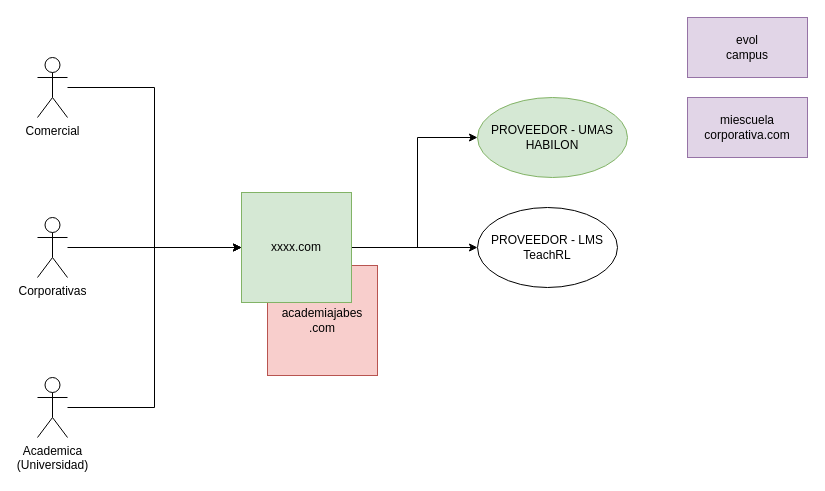
Before: page "TOBE" (2 of 2) of JABES.drawio in samuel363/drawio, a draw.io diagram. Source tidied: cells renumbered, new cells numbered last; positions are measured from the earlier drawing's top-left corner, leaving out a move shared by most shapes. Both pictures are drawn from the tidied source at 100%, with x=0, y=0 at pixel (37, 17).
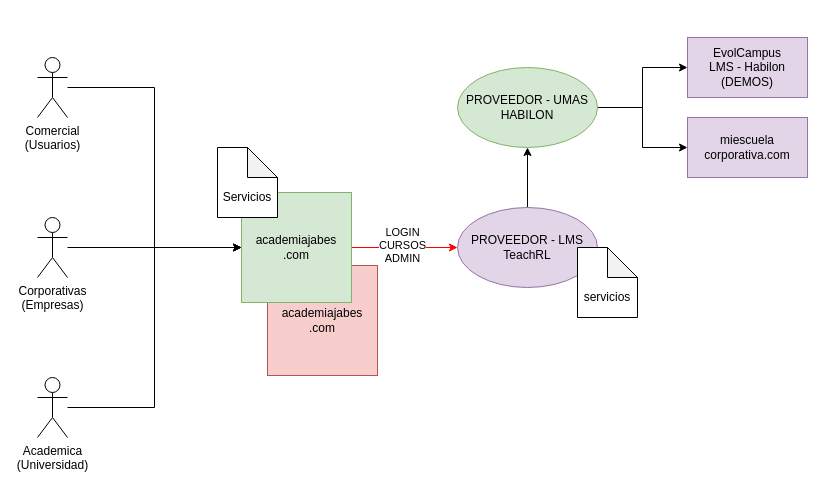
The same diagram, later.

The edit, as a diff of the source:
```diff
@@
-    <mxCell id="3" value="Comercial" style="shape=umlActor;verticalLabelPosition=bottom;verticalAlign=top;html=1;outlineConnect=0;" parent="1" vertex="1">
+    <mxCell id="3" value="Comercial&lt;br&gt;(Usuarios)" style="shape=umlActor;verticalLabelPosition=bottom;verticalAlign=top;html=1;outlineConnect=0;" parent="1" vertex="1">
       <mxGeometry y="40" width="30" height="60" as="geometry" />
     </mxCell>
@@
-    <mxCell id="5" value="Corporativas" style="shape=umlActor;verticalLabelPosition=bottom;verticalAlign=top;html=1;outlineConnect=0;" parent="1" vertex="1">
+    <mxCell id="5" value="Corporativas&lt;br&gt;(Empresas)" style="shape=umlActor;verticalLabelPosition=bottom;verticalAlign=top;html=1;outlineConnect=0;" parent="1" vertex="1">
       <mxGeometry y="200" width="30" height="60" as="geometry" />
     </mxCell>
@@
-    <mxCell id="8" style="edgeStyle=orthogonalEdgeStyle;rounded=0;jettySize=auto;html=1;" parent="1" edge="1" source="13" target="10">
+    <mxCell id="8" style="edgeStyle=orthogonalEdgeStyle;rounded=0;jettySize=auto;html=1;strokeColor=#FF0000;fillColor=#e1d5e7;" parent="1" edge="1" source="13" target="10">
       <mxGeometry relative="1" as="geometry" />
     </mxCell>
-    <mxCell id="9" style="edgeStyle=orthogonalEdgeStyle;rounded=0;jettySize=auto;html=1;" parent="1" edge="1" source="13" target="11">
-      <mxGeometry relative="1" as="geometry">
-        <Array as="points">
-          <mxPoint x="380" y="230" />
-          <mxPoint x="380" y="120" />
-        </Array>
-      </mxGeometry>
-    </mxCell>
+    <mxCell id="16" value="LOGIN&lt;br&gt;CURSOS&lt;br&gt;ADMIN" style="edgeLabel;html=1;align=center;verticalAlign=middle;" parent="8" vertex="1">
+      <mxGeometry x="-0.05" y="3" relative="1" as="geometry" />
+    </mxCell>
+    <mxCell id="17" style="edgeStyle=orthogonalEdgeStyle;rounded=0;jettySize=auto;html=1;entryX=0.5;entryY=1;entryDx=0;entryDy=0;" parent="1" edge="1" source="10" target="11">
+      <mxGeometry relative="1" as="geometry" />
+    </mxCell>
-    <mxCell id="10" value="PROVEEDOR -&amp;nbsp;LMS&lt;br&gt;TeachRL" style="ellipse;whiteSpace=wrap;html=1;" parent="1" vertex="1">
-      <mxGeometry x="440" y="190" width="140" height="80" as="geometry" />
+    <mxCell id="10" value="PROVEEDOR -&amp;nbsp;LMS&lt;br&gt;TeachRL" style="ellipse;whiteSpace=wrap;html=1;fillColor=#e1d5e7;strokeColor=#9673a6;" parent="1" vertex="1">
+      <mxGeometry x="420" y="190" width="140" height="80" as="geometry" />
     </mxCell>
+    <mxCell id="18" style="edgeStyle=orthogonalEdgeStyle;rounded=0;jettySize=auto;html=1;" parent="1" edge="1" source="11" target="14">
+      <mxGeometry relative="1" as="geometry" />
+    </mxCell>
+    <mxCell id="19" style="edgeStyle=orthogonalEdgeStyle;rounded=0;jettySize=auto;html=1;entryX=0;entryY=0.5;entryDx=0;entryDy=0;" parent="1" edge="1" source="11" target="15">
+      <mxGeometry relative="1" as="geometry" />
+    </mxCell>
     <mxCell id="11" value="PROVEEDOR - UMAS&lt;br&gt;HABILON" style="ellipse;whiteSpace=wrap;html=1;fillColor=#d5e8d4;strokeColor=#82b366;" parent="1" vertex="1">
-      <mxGeometry x="440" y="80" width="150" height="80" as="geometry" />
+      <mxGeometry x="420" y="50" width="140" height="80" as="geometry" />
     </mxCell>
@@
-    <mxCell id="13" value="xxxx.com" style="rounded=0;whiteSpace=wrap;html=1;fillColor=#d5e8d4;strokeColor=#82b366;" parent="1" vertex="1">
+    <mxCell id="13" value="academiajabes&lt;br&gt;.com" style="rounded=0;whiteSpace=wrap;html=1;fillColor=#d5e8d4;strokeColor=#82b366;" parent="1" vertex="1">
       <mxGeometry x="204" y="175" width="110" height="110" as="geometry" />
     </mxCell>
-    <mxCell id="14" value="evol&lt;br&gt;campus" style="whiteSpace=wrap;html=1;fillColor=#e1d5e7;strokeColor=#9673a6;" parent="1" vertex="1">
-      <mxGeometry x="650" width="120" height="60" as="geometry" />
+    <mxCell id="14" value="Evol&lt;span style=&quot;background-color: initial;&quot;&gt;Campus&lt;/span&gt;&lt;div&gt;LMS - Habilon&lt;br&gt;(DEMOS)&lt;/div&gt;" style="whiteSpace=wrap;html=1;fillColor=#e1d5e7;strokeColor=#9673a6;" parent="1" vertex="1">
+      <mxGeometry x="650" y="20" width="120" height="60" as="geometry" />
     </mxCell>
     <mxCell id="15" value="miescuela&lt;br&gt;corporativa.com" style="whiteSpace=wrap;html=1;fillColor=#e1d5e7;strokeColor=#9673a6;" parent="1" vertex="1">
-      <mxGeometry x="650" y="80" width="120" height="60" as="geometry" />
+      <mxGeometry x="650" y="100" width="120" height="60" as="geometry" />
     </mxCell>
+    <mxCell id="20" value="&lt;div&gt;&lt;br&gt;&lt;/div&gt;&lt;div&gt;&lt;br&gt;&lt;/div&gt;servicios" style="shape=note;whiteSpace=wrap;html=1;backgroundOutline=1;darkOpacity=0.05;" parent="1" vertex="1">
+      <mxGeometry x="540" y="230" width="60" height="70" as="geometry" />
+    </mxCell>
+    <mxCell id="21" value="&lt;div&gt;&lt;br&gt;&lt;/div&gt;&lt;div&gt;&lt;br&gt;&lt;/div&gt;&lt;div&gt;Servicios&lt;/div&gt;" style="shape=note;whiteSpace=wrap;html=1;backgroundOutline=1;darkOpacity=0.05;" parent="1" vertex="1">
+      <mxGeometry x="180" y="130" width="60" height="70" as="geometry" />
+    </mxCell>
```
